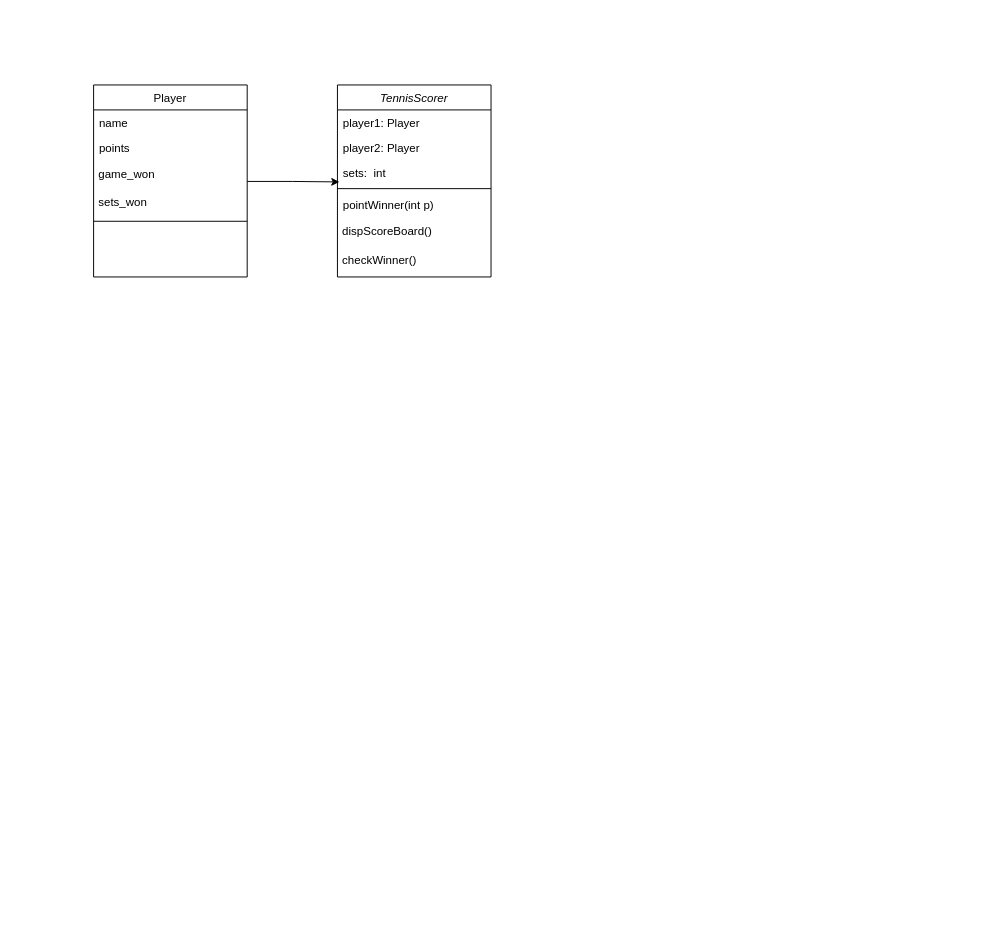
This is TennisScorer클래스다이어그램.drawio from msgggg1/TennisScorer, a draw.io file, before an edit. Source tidied: cells renumbered, new cells numbered last; positions are measured from the earlier drawing's top-left corner, leaving out a move shared by most shapes. Both pictures are drawn from the tidied source at 96%, with x=0, y=0 at pixel (93, 84).
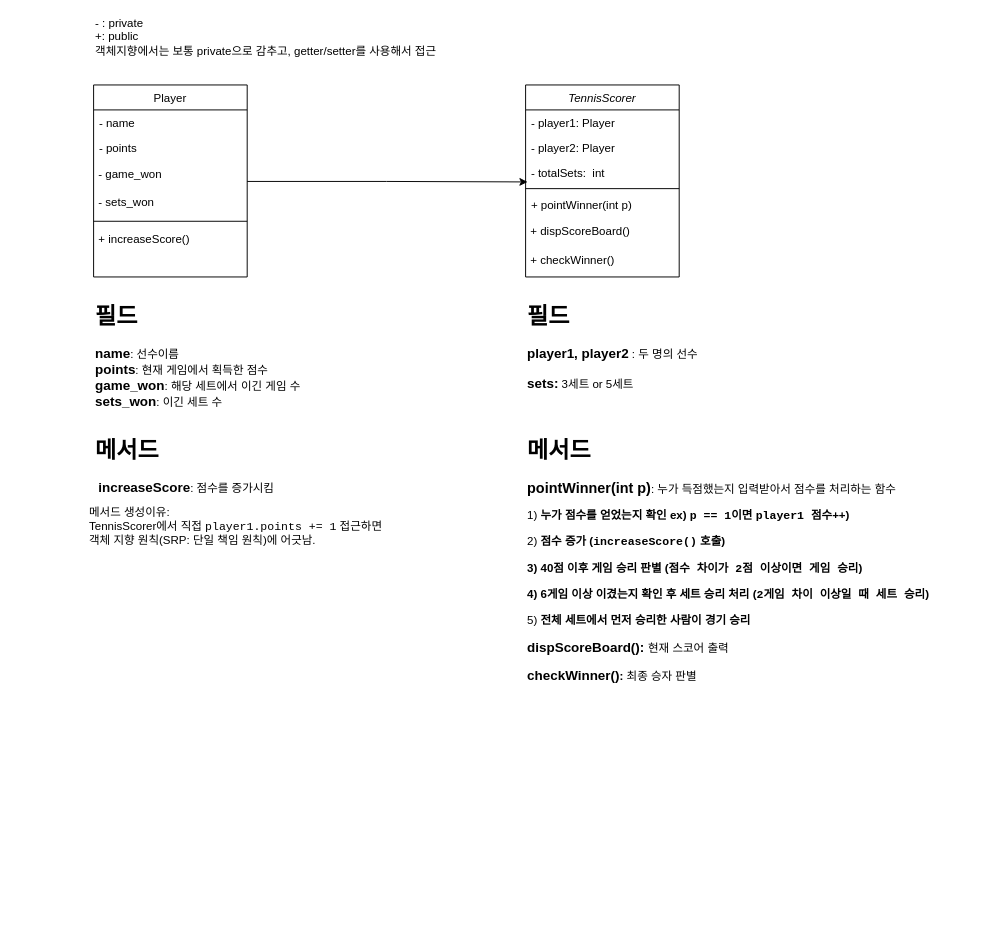
After the change.

Commit message (it also covers changes not shown here):
TennisScorer클래스다이어그램.drawio 업데이트

Unchanged cells that the change refers to:
```xml
<mxCell id="10" value="Player" style="swimlane;fontStyle=0;align=center;verticalAlign=top;horizontal=1;startSize=26;rounded=0;shadow=0;strokeWidth=1;" parent="1" vertex="1">
  <mxGeometry width="160" height="200" as="geometry" />
</mxCell>
```

What changed in the source:
```diff
@@
     <mxCell id="2" value="TennisScorer" style="swimlane;fontStyle=2;align=center;verticalAlign=top;horizontal=1;startSize=26;rounded=0;shadow=0;strokeWidth=1;" parent="1" vertex="1">
-      <mxGeometry x="254" width="160" height="200" as="geometry" />
+      <mxGeometry x="450" width="160" height="200" as="geometry" />
     </mxCell>
-    <mxCell id="3" value="player1: Player&#10;" style="text;align=left;verticalAlign=top;spacingLeft=4;spacingRight=4;overflow=hidden;" parent="2" vertex="1">
+    <mxCell id="3" value="- player1: Player&#10;" style="text;align=left;verticalAlign=top;spacingLeft=4;spacingRight=4;overflow=hidden;" parent="2" vertex="1">
       <mxGeometry y="26" width="160" height="26" as="geometry" />
     </mxCell>
-    <mxCell id="4" value="player2: Player" style="text;align=left;verticalAlign=top;spacingLeft=4;spacingRight=4;overflow=hidden;rounded=0;shadow=0;html=0;" parent="2" vertex="1">
+    <mxCell id="4" value="- player2: Player" style="text;align=left;verticalAlign=top;spacingLeft=4;spacingRight=4;overflow=hidden;rounded=0;shadow=0;html=0;" parent="2" vertex="1">
       <mxGeometry y="52" width="160" height="26" as="geometry" />
     </mxCell>
-    <mxCell id="5" value="sets:  int" style="text;align=left;verticalAlign=top;spacingLeft=4;spacingRight=4;overflow=hidden;points=[[0,0.5],[1,0.5]];portConstraint=eastwest;rounded=0;shadow=0;html=0;" parent="2" vertex="1">
+    <mxCell id="5" value="- totalSets:  int" style="text;align=left;verticalAlign=top;spacingLeft=4;spacingRight=4;overflow=hidden;points=[[0,0.5],[1,0.5]];portConstraint=eastwest;rounded=0;shadow=0;html=0;" parent="2" vertex="1">
       <mxGeometry y="78" width="160" height="26" as="geometry" />
     </mxCell>
@@
-    <mxCell id="7" value="pointWinner(int p)" style="text;align=left;verticalAlign=top;spacingLeft=4;spacingRight=4;overflow=hidden;" parent="2" vertex="1">
+    <mxCell id="7" value="+ pointWinner(int p)" style="text;align=left;verticalAlign=top;spacingLeft=4;spacingRight=4;overflow=hidden;" parent="2" vertex="1">
       <mxGeometry y="112" width="160" height="26" as="geometry" />
     </mxCell>
-    <mxCell id="8" value="&amp;nbsp;dispScoreBoard()" style="text;html=1;align=left;verticalAlign=middle;whiteSpace=wrap;rounded=0;" parent="2" vertex="1">
+    <mxCell id="8" value="&amp;nbsp;+ dispScoreBoard()" style="text;html=1;align=left;verticalAlign=middle;whiteSpace=wrap;rounded=0;" parent="2" vertex="1">
       <mxGeometry y="138" width="160" height="30" as="geometry" />
     </mxCell>
-    <mxCell id="9" value="&amp;nbsp;checkWinner()" style="text;html=1;align=left;verticalAlign=middle;whiteSpace=wrap;rounded=0;" parent="2" vertex="1">
+    <mxCell id="9" value="&amp;nbsp;+ checkWinner()" style="text;html=1;align=left;verticalAlign=middle;whiteSpace=wrap;rounded=0;" parent="2" vertex="1">
       <mxGeometry y="168" width="160" height="30" as="geometry" />
     </mxCell>
@@
-    <mxCell id="11" value="name" style="text;align=left;verticalAlign=top;spacingLeft=4;spacingRight=4;overflow=hidden;" parent="10" vertex="1">
+    <mxCell id="11" value="- name" style="text;align=left;verticalAlign=top;spacingLeft=4;spacingRight=4;overflow=hidden;" parent="10" vertex="1">
       <mxGeometry y="26" width="160" height="26" as="geometry" />
     </mxCell>
-    <mxCell id="12" value="points" style="text;align=left;verticalAlign=top;spacingLeft=4;spacingRight=4;overflow=hidden;rounded=0;shadow=0;html=0;" parent="10" vertex="1">
+    <mxCell id="12" value="- points" style="text;align=left;verticalAlign=top;spacingLeft=4;spacingRight=4;overflow=hidden;rounded=0;shadow=0;html=0;" parent="10" vertex="1">
       <mxGeometry y="52" width="160" height="26" as="geometry" />
     </mxCell>
-    <mxCell id="13" value="&amp;nbsp;game_won" style="text;html=1;align=left;verticalAlign=middle;whiteSpace=wrap;rounded=0;" parent="10" vertex="1">
+    <mxCell id="13" value="&amp;nbsp;- game_won" style="text;html=1;align=left;verticalAlign=middle;whiteSpace=wrap;rounded=0;" parent="10" vertex="1">
       <mxGeometry y="78" width="160" height="30" as="geometry" />
     </mxCell>
-    <mxCell id="14" value="&amp;nbsp;sets_won" style="text;html=1;align=left;verticalAlign=middle;whiteSpace=wrap;rounded=0;" parent="10" vertex="1">
+    <mxCell id="14" value="&amp;nbsp;- sets_won" style="text;html=1;align=left;verticalAlign=middle;whiteSpace=wrap;rounded=0;" parent="10" vertex="1">
       <mxGeometry y="108" width="160" height="30" as="geometry" />
     </mxCell>
@@
+    <mxCell id="17" value="&amp;nbsp;+ increaseScore()" style="text;html=1;align=left;verticalAlign=middle;whiteSpace=wrap;rounded=0;" parent="10" vertex="1">
+      <mxGeometry y="146" width="160" height="30" as="geometry" />
+    </mxCell>
@@
+    <mxCell id="18" value="- : private&lt;div&gt;+: public&lt;/div&gt;&lt;div&gt;객체지향에서는 보통 private으로 감추고, getter/setter를 사용해서 접근&lt;/div&gt;" style="text;html=1;align=left;verticalAlign=middle;whiteSpace=wrap;rounded=0;" parent="1" vertex="1">
+      <mxGeometry y="-70" width="420" height="40" as="geometry" />
+    </mxCell>
+    <mxCell id="19" value="&lt;h1 style=&quot;margin-top: 0px;&quot;&gt;필드&lt;/h1&gt;&lt;div&gt;&lt;b&gt;&lt;font style=&quot;font-size: 14px;&quot;&gt;name&lt;/font&gt;&lt;/b&gt;: 선수이름&lt;/div&gt;&lt;div&gt;&lt;b&gt;&lt;font style=&quot;font-size: 14px;&quot;&gt;points&lt;/font&gt;&lt;/b&gt;: 현재 게임에서 획득한 점수&lt;/div&gt;&lt;div&gt;&lt;b&gt;&lt;font style=&quot;font-size: 14px;&quot;&gt;game_won&lt;/font&gt;&lt;/b&gt;: 해당 세트에서 이긴 게임 수&lt;/div&gt;&lt;div&gt;&lt;b&gt;&lt;font style=&quot;font-size: 14px;&quot;&gt;sets_won&lt;/font&gt;&lt;/b&gt;: 이긴 세트 수&amp;nbsp;&lt;/div&gt;" style="text;html=1;whiteSpace=wrap;overflow=hidden;rounded=0;" parent="1" vertex="1">
+      <mxGeometry y="220" width="240" height="120" as="geometry" />
+    </mxCell>
+    <mxCell id="20" value="&lt;h1 style=&quot;margin-top: 0px;&quot;&gt;메서드&lt;/h1&gt;&lt;p&gt;&amp;nbsp;&lt;span style=&quot;font-size: 14px;&quot;&gt;&lt;b&gt;increaseScore&lt;/b&gt;&lt;/span&gt;: 점수를 증가시킴&lt;/p&gt;&lt;p&gt;&lt;br&gt;&lt;/p&gt;" style="text;html=1;whiteSpace=wrap;overflow=hidden;rounded=0;" parent="1" vertex="1">
+      <mxGeometry y="360" width="220" height="70" as="geometry" />
+    </mxCell>
+    <mxCell id="21" value="&lt;div style=&quot;line-height: 20%;&quot;&gt;&lt;p style=&quot;text-align: left;&quot;&gt;&lt;font&gt;&lt;span style=&quot;background-color: transparent; color: light-dark(rgb(0, 0, 0), rgb(255, 255, 255));&quot;&gt;메서드 생성이유:&lt;/span&gt;&lt;/font&gt;&lt;/p&gt;&lt;p style=&quot;text-align: left;&quot;&gt;&lt;font&gt;&lt;span style=&quot;background-color: transparent; color: light-dark(rgb(0, 0, 0), rgb(255, 255, 255));&quot;&gt;TennisScorer에서 직접&amp;nbsp;&lt;/span&gt;&lt;code style=&quot;background-color: transparent; color: light-dark(rgb(0, 0, 0), rgb(255, 255, 255));&quot;&gt;player1.points += 1&lt;/code&gt;&lt;span style=&quot;background-color: transparent; color: light-dark(rgb(0, 0, 0), rgb(255, 255, 255));&quot;&gt;&amp;nbsp;접근하면&amp;nbsp;&lt;/span&gt;&lt;/font&gt;&lt;/p&gt;&lt;div style=&quot;text-align: left;&quot;&gt;&lt;font&gt;객체 지향 원칙(SRP: 단일 책임 원칙)에 어긋남.&lt;/font&gt;&lt;/div&gt;&lt;/div&gt;" style="text;html=1;align=center;verticalAlign=middle;whiteSpace=wrap;rounded=0;" parent="1" vertex="1">
+      <mxGeometry x="-80" y="435" width="460" height="40" as="geometry" />
+    </mxCell>
+    <mxCell id="22" value="&lt;h1 style=&quot;margin-top: 0px;&quot;&gt;필드&lt;/h1&gt;&lt;div&gt;&lt;b&gt;&lt;font style=&quot;font-size: 14px;&quot;&gt;player1, player2&lt;/font&gt;&lt;/b&gt; : 두 명의 선수&amp;nbsp;&lt;/div&gt;&lt;div&gt;&lt;br&gt;&lt;/div&gt;&lt;div&gt;&lt;font style=&quot;font-size: 14px;&quot;&gt;&lt;b&gt;sets:&lt;/b&gt;&lt;/font&gt; 3세트 or 5세트&lt;/div&gt;" style="text;html=1;whiteSpace=wrap;overflow=hidden;rounded=0;" parent="1" vertex="1">
+      <mxGeometry x="450" y="220" width="200" height="120" as="geometry" />
+    </mxCell>
+    <mxCell id="23" value="&lt;h1 style=&quot;margin-top: 0px;&quot;&gt;메서드&lt;/h1&gt;&lt;p&gt;&lt;font style=&quot;font-size: 15px;&quot;&gt;&lt;b&gt;pointWinner(int p)&lt;/b&gt;&lt;/font&gt;:&amp;nbsp;누가 득점했는지 입력받아서 점수를 처리하는 함수&lt;/p&gt;&lt;p&gt;&lt;span&gt;1)&amp;nbsp;&lt;/span&gt;&lt;strong&gt;누가 점수를 얻었는지 확인&amp;nbsp;&lt;/strong&gt;&lt;span style=&quot;background-color: transparent; color: light-dark(rgb(0, 0, 0), rgb(255, 255, 255));&quot;&gt;&lt;b&gt;ex)&amp;nbsp;&lt;/b&gt;&lt;code style=&quot;font-weight: bold;&quot;&gt;p == 1&lt;/code&gt;&lt;b&gt;이면 &lt;/b&gt;&lt;code style=&quot;font-weight: bold;&quot;&gt;player1&amp;nbsp;&lt;/code&gt;&lt;b&gt;점수++)&lt;/b&gt;&lt;/span&gt;&lt;/p&gt;&lt;p&gt;&lt;span style=&quot;background-color: transparent; color: light-dark(rgb(0, 0, 0), rgb(255, 255, 255));&quot;&gt;2)&amp;nbsp;&lt;/span&gt;&lt;strong style=&quot;background-color: transparent; color: light-dark(rgb(0, 0, 0), rgb(255, 255, 255));&quot;&gt;점수 증가 (&lt;code&gt;increaseScore()&lt;/code&gt; 호출)&lt;/strong&gt;&lt;/p&gt;&lt;p&gt;&lt;strong style=&quot;background-color: transparent; color: light-dark(rgb(0, 0, 0), rgb(255, 255, 255));&quot;&gt;3) 40점 이후 게임 승리 판별 (&lt;code&gt;점수 차이가 2점 이상이면 게임 승리&lt;/code&gt;)&lt;/strong&gt;&lt;/p&gt;&lt;p&gt;&lt;strong style=&quot;background-color: transparent; color: light-dark(rgb(0, 0, 0), rgb(255, 255, 255));&quot;&gt;4) 6게임 이상 이겼는지 확인 후 세트 승리 처리 (&lt;code&gt;2게임 차이 이상일 때 세트 승리&lt;/code&gt;)&lt;/strong&gt;&lt;br&gt;&lt;/p&gt;&lt;p&gt;&lt;span&gt;5)&amp;nbsp;&lt;/span&gt;&lt;strong&gt;전체 세트에서 먼저 승리한 사람이 경기 승리&lt;/strong&gt;&lt;/p&gt;&lt;p&gt;&lt;b&gt;&lt;font style=&quot;font-size: 14px;&quot;&gt;dispScoreBoard():&lt;/font&gt;&lt;/b&gt;&lt;font style=&quot;font-size: 14px;&quot;&gt; &lt;/font&gt;현재 스코어 출력&lt;/p&gt;&lt;p&gt;&lt;b&gt;&lt;font style=&quot;font-size: 14px;&quot;&gt;checkWinner()&lt;/font&gt;:&lt;/b&gt; 최종 승자 판별&lt;/p&gt;" style="text;html=1;whiteSpace=wrap;overflow=hidden;rounded=0;spacing=2;" parent="1" vertex="1">
+      <mxGeometry x="450" y="360" width="466" height="510" as="geometry" />
+    </mxCell>
```
